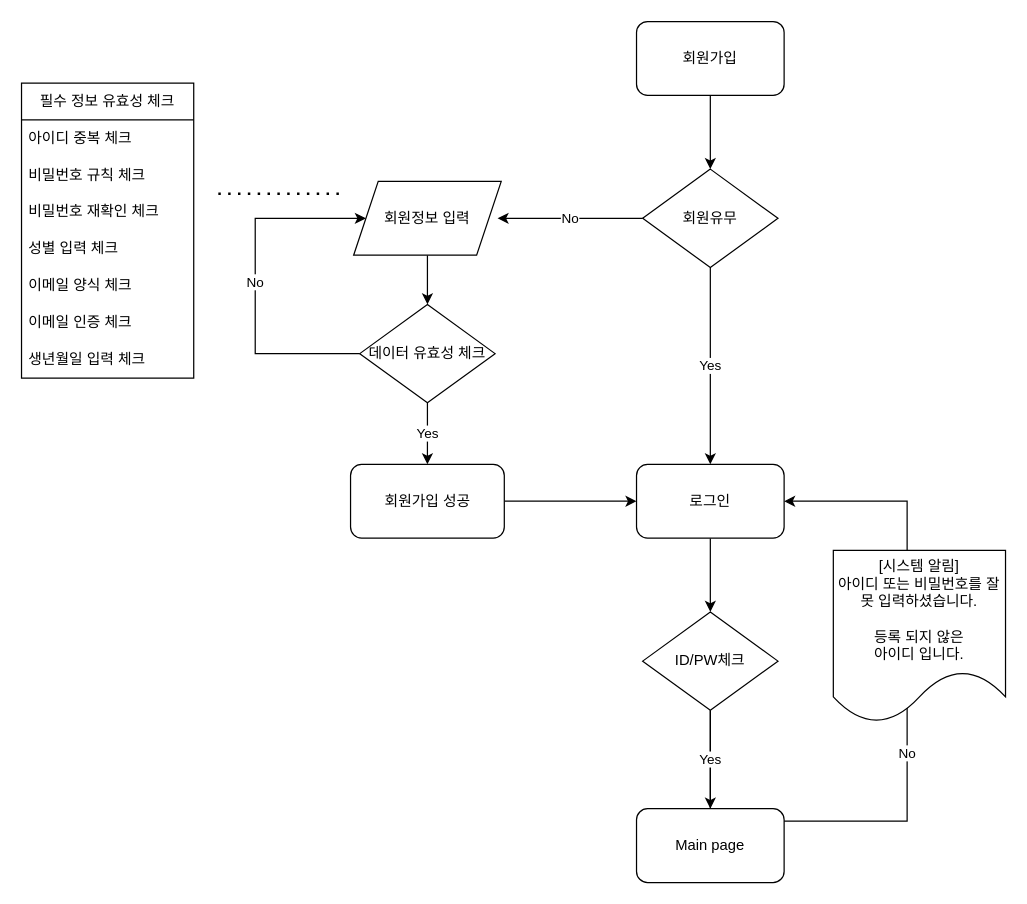
Above: page "회원가입" (1 of 4) of 제목 없는 다이어그램.drawio in awfawf123/workspace (draw.io), before the change. Source tidied: cells renumbered, new cells numbered last; positions are measured from the earlier drawing's top-left corner, leaving out a move shared by most shapes. Both pictures are drawn from the tidied source at 123%, with x=0, y=0 at pixel (21, 21).
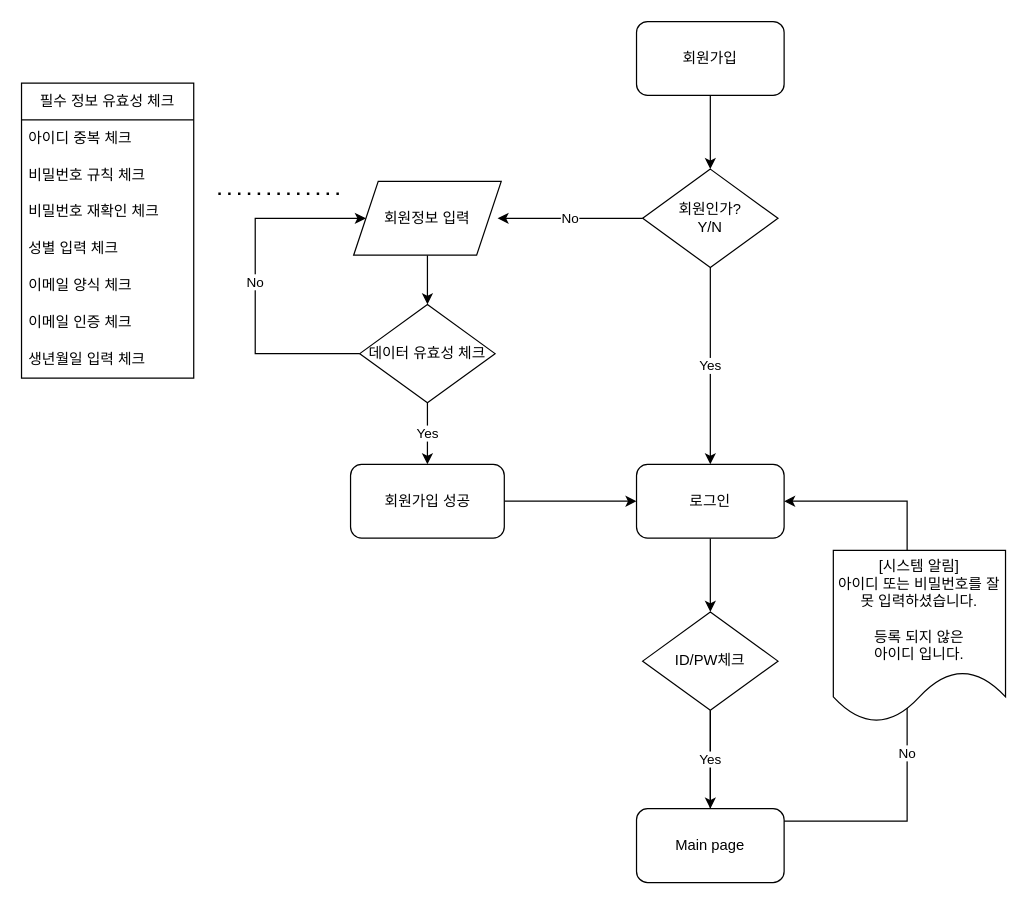
After the change.

Diff of the diagram source:
```diff
@@
-    <mxCell id="6" value="회원유무" style="rhombus;whiteSpace=wrap;html=1;" parent="1" vertex="1">
+    <mxCell id="6" value="회원인가?&lt;br&gt;Y/N" style="rhombus;whiteSpace=wrap;html=1;" parent="1" vertex="1">
       <mxGeometry x="505" y="120" width="110" height="80" as="geometry" />
     </mxCell>
```
